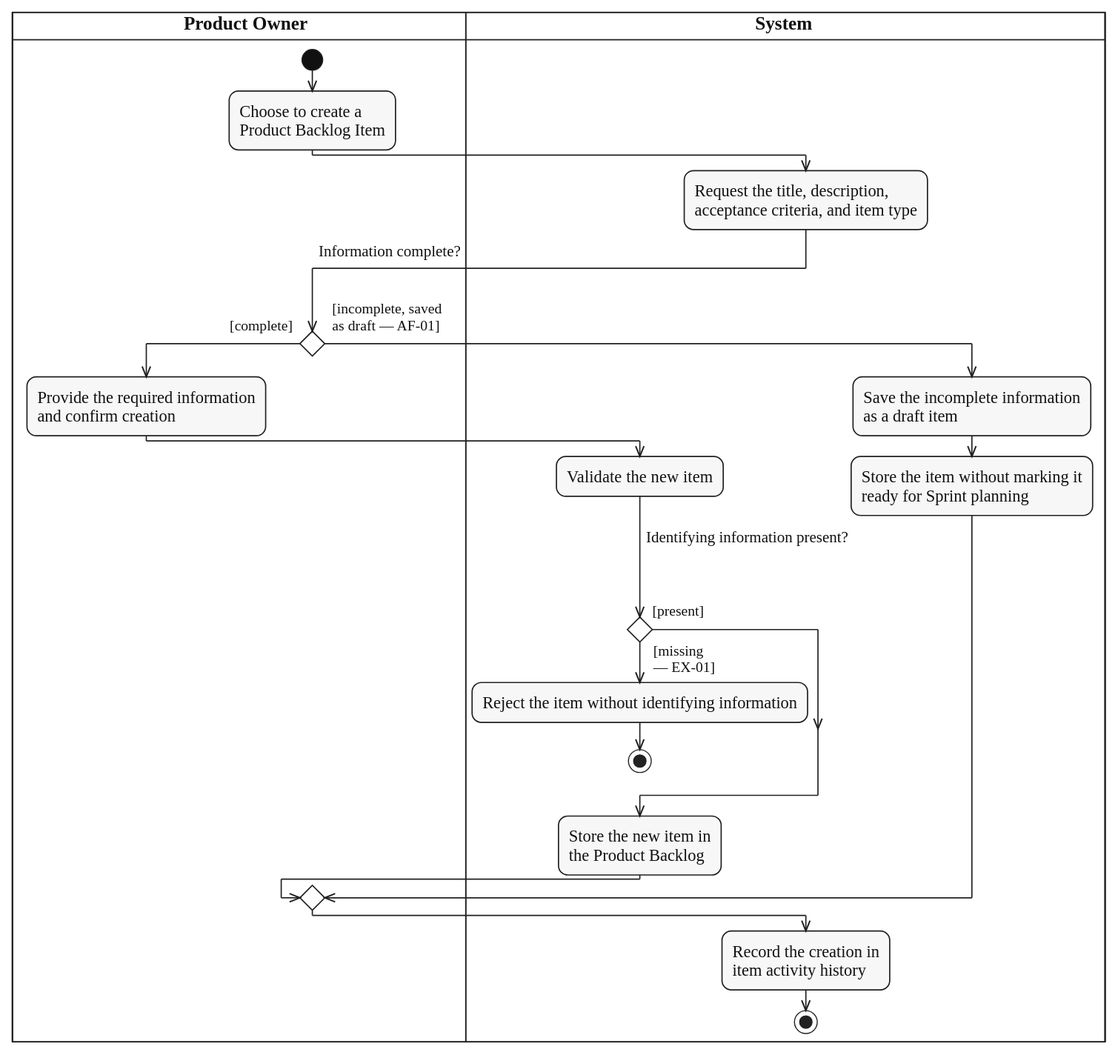
This is diagrams/activity/product-backlog/svg/UC-BACKLOG-ITEM-CREATE.svg from lukenab/swd392-doc-automation, a PlantUML export, as it was before one commit. Its source is kept beside it as diagrams/activity/product-backlog/source/UC-BACKLOG-ITEM-CREATE.puml.
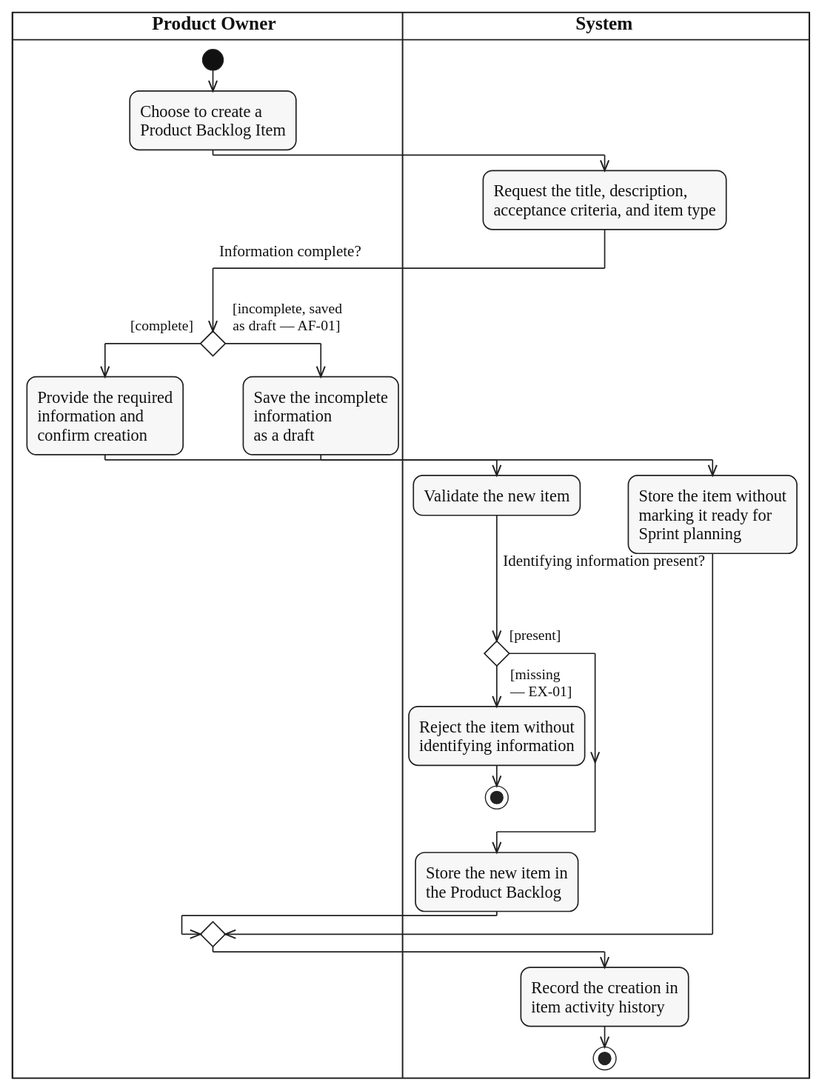
After the change.

Commit message:
docs(activity): fix partitions, added text and end nodes in product backlog diagrams

Diff of the diagram source:
```diff
@@ -13,23 +13,28 @@
 acceptance criteria, and item type;
 |PRO|
 if ($question_x("Information complete?")) then ($guard_left("[complete]"))
-  :Provide the required information
-  and confirm creation;
+  :Provide the required
+  information and
+  confirm creation;
   |SYS|
   :Validate the new item;
   if ($question_x("Identifying information present?")) then ($guard_left("[present]"))
   else ($guard_right("[missing", "— EX-01]"))
-    :Reject the item without identifying information;
+    :Reject the item without
+    identifying information;
     stop
   endif
   :Store the new item in
   the Product Backlog;
 else ($guard_right("[incomplete, saved", "as draft — AF-01]"))
-  :Save the incomplete information
-  as a draft item;
+  |PRO|
+  :Save the incomplete
+  information
+  as a draft;
   |SYS|
-  :Store the item without marking it
-  ready for Sprint planning;
+  :Store the item without
+  marking it ready for
+  Sprint planning;
 endif
 :Record the creation in
 item activity history;
```
